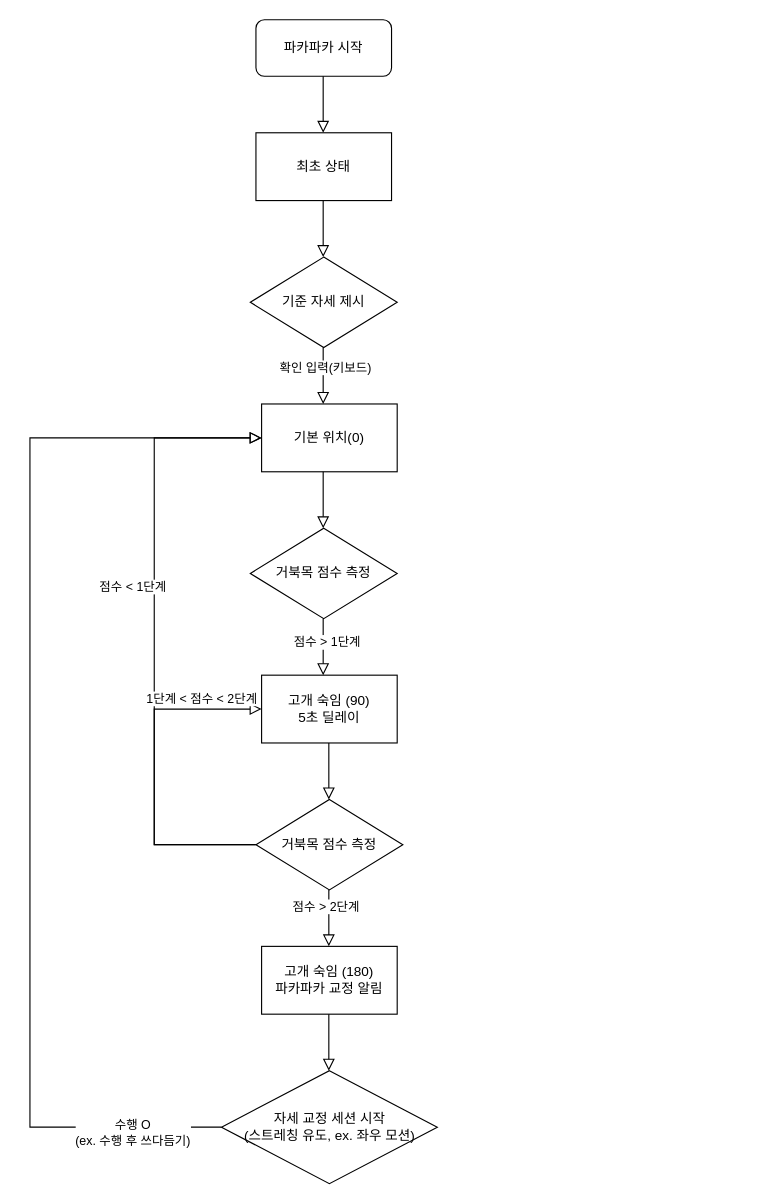
The draw.io diagram Sequence/PakaPaka_seq2.drawio in igeon510/HRI-project, before the edit. Source tidied: cells renumbered, new cells numbered last; positions are measured from the earlier drawing's top-left corner, leaving out a move shared by most shapes. Both pictures are drawn from the tidied source at 113%, with x=0, y=0 at pixel (29, 19).
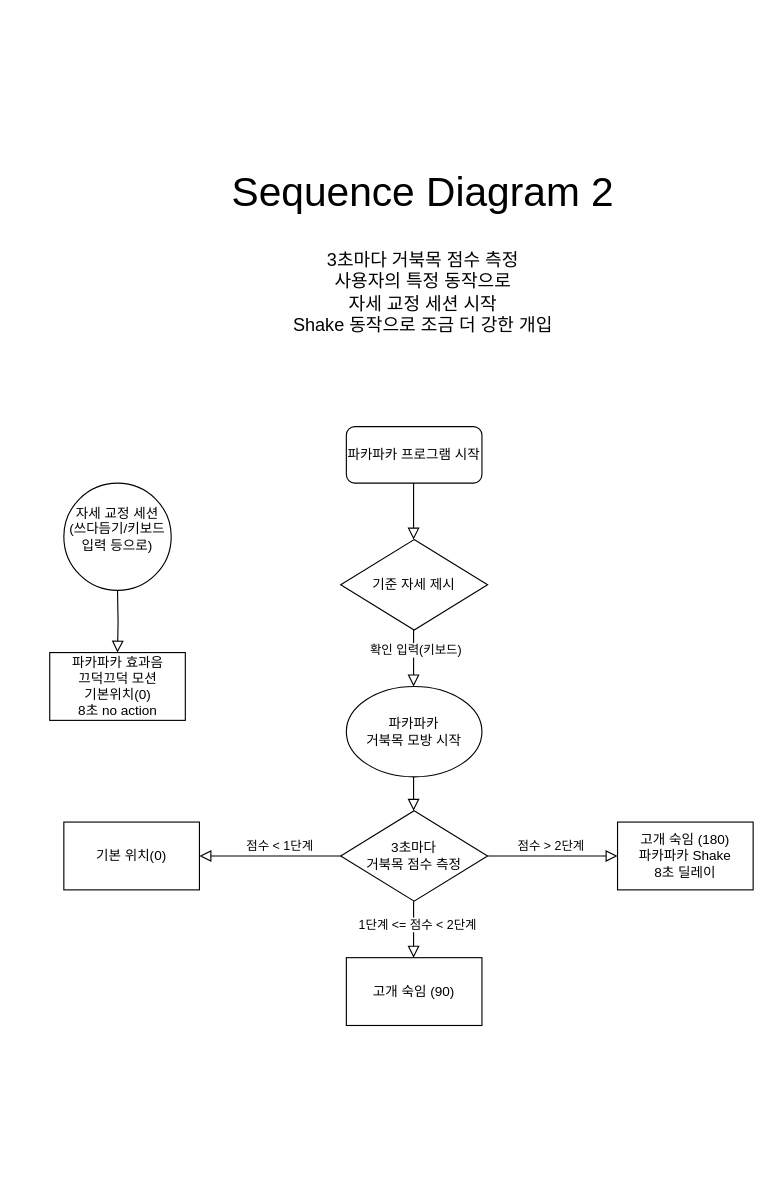
After the change.

Diff of the diagram source:
```diff
@@
-    <mxCell id="2" value="파카파카 시작" style="rounded=1;whiteSpace=wrap;html=1;" parent="1" vertex="1">
-      <mxGeometry x="200" width="120" height="50" as="geometry" />
+    <mxCell id="2" value="파카파카 프로그램 시작" style="rounded=1;whiteSpace=wrap;html=1;" parent="1" vertex="1">
+      <mxGeometry x="280" y="360" width="120" height="50" as="geometry" />
     </mxCell>
-    <mxCell id="3" style="rounded=0;html=1;jettySize=auto;orthogonalLoop=1;fontSize=11;endArrow=block;endFill=0;endSize=8;strokeWidth=1;shadow=0;labelBackgroundColor=none;edgeStyle=orthogonalEdgeStyle;" parent="1" edge="1">
-      <mxGeometry relative="1" as="geometry">
-        <mxPoint x="260" y="50" as="sourcePoint" />
-        <mxPoint x="259.5" y="100" as="targetPoint" />
-        <Array as="points">
-          <mxPoint x="259.5" y="100" />
-          <mxPoint x="259.5" y="100" />
-        </Array>
-      </mxGeometry>
-    </mxCell>
     <mxCell id="4" value="기준 자세 제시" style="rhombus;whiteSpace=wrap;html=1;" parent="1" vertex="1">
-      <mxGeometry x="195" y="210" width="130" height="80" as="geometry" />
+      <mxGeometry x="275" y="460" width="130" height="80" as="geometry" />
     </mxCell>
-    <mxCell id="5" value="최초 상태" style="rounded=0;whiteSpace=wrap;html=1;" parent="1" vertex="1">
-      <mxGeometry x="200" y="100" width="120" height="60" as="geometry" />
-    </mxCell>
-    <mxCell id="6" value="고개 숙임 (90)&lt;div&gt;&lt;div&gt;5초 딜레이&lt;/div&gt;&lt;/div&gt;" style="rounded=0;whiteSpace=wrap;html=1;" parent="1" vertex="1">
-      <mxGeometry x="205" y="580" width="120" height="60" as="geometry" />
+    <mxCell id="6" value="고개 숙임 (90)" style="rounded=0;whiteSpace=wrap;html=1;" parent="1" vertex="1">
+      <mxGeometry x="280" y="830" width="120" height="60" as="geometry" />
     </mxCell>
-    <mxCell id="7" value="고개 숙임 (180)&lt;div&gt;파카파카 교정 알림&lt;/div&gt;" style="rounded=0;whiteSpace=wrap;html=1;" parent="1" vertex="1">
-      <mxGeometry x="205" y="820" width="120" height="60" as="geometry" />
+    <mxCell id="7" value="고개 숙임 (180)&lt;div&gt;파카파카 Shake&lt;/div&gt;&lt;div&gt;8초 딜레이&lt;/div&gt;" style="rounded=0;whiteSpace=wrap;html=1;" parent="1" vertex="1">
+      <mxGeometry x="520" y="710" width="120" height="60" as="geometry" />
     </mxCell>
-    <mxCell id="8" value="자세 교정 세션 시작&lt;div&gt;(스트레칭 유도, ex. 좌우 모션)&lt;/div&gt;" style="rhombus;whiteSpace=wrap;html=1;" parent="1" vertex="1">
-      <mxGeometry x="169.5" y="930" width="191" height="100" as="geometry" />
-    </mxCell>
     <mxCell id="9" style="rounded=0;html=1;jettySize=auto;orthogonalLoop=1;fontSize=11;endArrow=block;endFill=0;endSize=8;strokeWidth=1;shadow=0;labelBackgroundColor=none;edgeStyle=orthogonalEdgeStyle;" parent="1" edge="1">
       <mxGeometry relative="1" as="geometry">
-        <mxPoint x="260" y="160" as="sourcePoint" />
-        <mxPoint x="259.5" y="210" as="targetPoint" />
+        <mxPoint x="340" y="410" as="sourcePoint" />
+        <mxPoint x="339.5" y="460" as="targetPoint" />
         <Array as="points">
-          <mxPoint x="259.5" y="210" />
-          <mxPoint x="259.5" y="210" />
+          <mxPoint x="339.5" y="460" />
+          <mxPoint x="339.5" y="460" />
         </Array>
       </mxGeometry>
     </mxCell>
     <mxCell id="10" style="rounded=0;html=1;jettySize=auto;orthogonalLoop=1;fontSize=11;endArrow=block;endFill=0;endSize=8;strokeWidth=1;shadow=0;labelBackgroundColor=none;edgeStyle=orthogonalEdgeStyle;" parent="1" edge="1">
       <mxGeometry relative="1" as="geometry">
-        <mxPoint x="260" y="290" as="sourcePoint" />
-        <mxPoint x="259.5" y="340" as="targetPoint" />
+        <mxPoint x="340" y="540" as="sourcePoint" />
+        <mxPoint x="339.5" y="590" as="targetPoint" />
         <Array as="points">
-          <mxPoint x="259.5" y="340" />
-          <mxPoint x="259.5" y="340" />
+          <mxPoint x="339.5" y="590" />
+          <mxPoint x="339.5" y="590" />
         </Array>
       </mxGeometry>
     </mxCell>
@@
     <mxCell id="12" value="기본 위치(0)" style="rounded=0;whiteSpace=wrap;html=1;" parent="1" vertex="1">
-      <mxGeometry x="205" y="340" width="120" height="60" as="geometry" />
+      <mxGeometry x="30" y="710" width="120" height="60" as="geometry" />
     </mxCell>
-    <mxCell id="13" value="거북목 점수 측정" style="rhombus;whiteSpace=wrap;html=1;" parent="1" vertex="1">
-      <mxGeometry x="195" y="450" width="130" height="80" as="geometry" />
+    <mxCell id="13" value="3초마다&lt;div&gt;거북목 점수 측정&lt;/div&gt;" style="rhombus;whiteSpace=wrap;html=1;" parent="1" vertex="1">
+      <mxGeometry x="275" y="700" width="130" height="80" as="geometry" />
     </mxCell>
     <mxCell id="14" style="rounded=0;html=1;jettySize=auto;orthogonalLoop=1;fontSize=11;endArrow=block;endFill=0;endSize=8;strokeWidth=1;shadow=0;labelBackgroundColor=none;edgeStyle=orthogonalEdgeStyle;" parent="1" edge="1">
       <mxGeometry relative="1" as="geometry">
-        <mxPoint x="260" y="400" as="sourcePoint" />
-        <mxPoint x="259.5" y="450" as="targetPoint" />
+        <mxPoint x="340" y="650" as="sourcePoint" />
+        <mxPoint x="339.5" y="700" as="targetPoint" />
         <Array as="points">
-          <mxPoint x="259.5" y="450" />
-          <mxPoint x="259.5" y="450" />
+          <mxPoint x="339.5" y="700" />
+          <mxPoint x="339.5" y="700" />
         </Array>
       </mxGeometry>
     </mxCell>
     <mxCell id="15" style="rounded=0;html=1;jettySize=auto;orthogonalLoop=1;fontSize=11;endArrow=block;endFill=0;endSize=8;strokeWidth=1;shadow=0;labelBackgroundColor=none;edgeStyle=orthogonalEdgeStyle;" parent="1" edge="1">
       <mxGeometry relative="1" as="geometry">
-        <mxPoint x="260" y="530" as="sourcePoint" />
-        <mxPoint x="259.5" y="580" as="targetPoint" />
+        <mxPoint x="340" y="780" as="sourcePoint" />
+        <mxPoint x="339.5" y="830" as="targetPoint" />
         <Array as="points">
-          <mxPoint x="259.5" y="580" />
-          <mxPoint x="259.5" y="580" />
+          <mxPoint x="339.5" y="830" />
+          <mxPoint x="339.5" y="830" />
         </Array>
       </mxGeometry>
     </mxCell>
-    <mxCell id="16" value="점수 &amp;gt; 1단계" style="edgeLabel;html=1;align=center;verticalAlign=middle;" parent="15" vertex="1">
+    <mxCell id="16" value="1단계 &amp;lt;= 점수 &amp;lt; 2단계" style="edgeLabel;html=1;align=center;verticalAlign=middle;" parent="15" vertex="1">
       <mxGeometry x="-0.2" y="3" relative="1" as="geometry" />
     </mxCell>
-    <mxCell id="17" value="거북목 점수 측정" style="rhombus;whiteSpace=wrap;html=1;" parent="1" vertex="1">
-      <mxGeometry x="200" y="690" width="130" height="80" as="geometry" />
-    </mxCell>
-    <mxCell id="18" style="rounded=0;html=1;jettySize=auto;orthogonalLoop=1;fontSize=11;endArrow=block;endFill=0;endSize=8;strokeWidth=1;shadow=0;labelBackgroundColor=none;edgeStyle=orthogonalEdgeStyle;" parent="1" edge="1">
-      <mxGeometry relative="1" as="geometry">
-        <mxPoint x="265" y="640" as="sourcePoint" />
-        <mxPoint x="264.5" y="690" as="targetPoint" />
-        <Array as="points">
-          <mxPoint x="264.5" y="690" />
-          <mxPoint x="264.5" y="690" />
-        </Array>
-      </mxGeometry>
-    </mxCell>
-    <mxCell id="19" style="rounded=0;html=1;jettySize=auto;fontSize=11;endArrow=block;endFill=0;endSize=8;strokeWidth=1;shadow=0;labelBackgroundColor=none;edgeStyle=orthogonalEdgeStyle;entryX=0;entryY=0.5;entryDx=0;entryDy=0;" parent="1" edge="1" target="12">
+    <mxCell id="19" style="rounded=0;html=1;jettySize=auto;fontSize=11;endArrow=block;endFill=0;endSize=8;strokeWidth=1;shadow=0;labelBackgroundColor=none;edgeStyle=orthogonalEdgeStyle;entryX=1;entryY=0.5;entryDx=0;entryDy=0;exitX=0;exitY=0.5;exitDx=0;exitDy=0;" parent="1" edge="1" source="13" target="12">
       <mxGeometry relative="1" as="geometry">
-        <mxPoint x="199.5" y="730" as="sourcePoint" />
         <Array as="points">
-          <mxPoint x="110" y="730" />
-          <mxPoint x="110" y="370" />
+          <mxPoint x="170" y="740" />
+          <mxPoint x="170" y="740" />
         </Array>
       </mxGeometry>
     </mxCell>
     <mxCell id="20" value="점수 &amp;lt; 1단계" style="edgeLabel;html=1;align=center;verticalAlign=middle;" parent="19" vertex="1">
       <mxGeometry x="-0.01" y="-5" relative="1" as="geometry">
-        <mxPoint x="-25" y="-48" as="offset" />
+        <mxPoint x="7" y="-5" as="offset" />
       </mxGeometry>
     </mxCell>
-    <mxCell id="21" style="rounded=0;html=1;jettySize=auto;fontSize=11;endArrow=block;endFill=0;endSize=8;strokeWidth=1;shadow=0;labelBackgroundColor=none;edgeStyle=orthogonalEdgeStyle;entryX=0;entryY=0.5;entryDx=0;entryDy=0;" parent="1" edge="1" target="6">
-      <mxGeometry relative="1" as="geometry">
-        <mxPoint x="200" y="730" as="sourcePoint" />
-        <Array as="points">
-          <mxPoint x="110" y="730" />
-          <mxPoint x="110" y="610" />
-        </Array>
-      </mxGeometry>
-    </mxCell>
-    <mxCell id="22" value="1단계 &amp;lt; 점수 &amp;lt; 2단계" style="edgeLabel;html=1;align=center;verticalAlign=middle;" parent="21" vertex="1">
-      <mxGeometry x="0.65" y="-2" relative="1" as="geometry">
-        <mxPoint x="-1" y="-12" as="offset" />
-      </mxGeometry>
-    </mxCell>
-    <mxCell id="23" style="rounded=0;html=1;jettySize=auto;orthogonalLoop=1;fontSize=11;endArrow=block;endFill=0;endSize=8;strokeWidth=1;shadow=0;labelBackgroundColor=none;edgeStyle=orthogonalEdgeStyle;" parent="1" edge="1">
+    <mxCell id="23" style="rounded=0;html=1;jettySize=auto;fontSize=11;endArrow=block;endFill=0;endSize=8;strokeWidth=1;shadow=0;labelBackgroundColor=none;edgeStyle=orthogonalEdgeStyle;entryX=0;entryY=0.5;entryDx=0;entryDy=0;exitX=1;exitY=0.5;exitDx=0;exitDy=0;" parent="1" edge="1" source="13">
       <mxGeometry relative="1" as="geometry">
-        <mxPoint x="265" y="770" as="sourcePoint" />
-        <mxPoint x="264.5" y="820" as="targetPoint" />
+        <mxPoint x="520" y="740" as="targetPoint" />
         <Array as="points">
-          <mxPoint x="264.5" y="820" />
-          <mxPoint x="264.5" y="820" />
+          <mxPoint x="500" y="740" />
+          <mxPoint x="500" y="740" />
         </Array>
       </mxGeometry>
     </mxCell>
     <mxCell id="24" value="점수 &amp;gt; 2단계" style="edgeLabel;html=1;align=center;verticalAlign=middle;" parent="23" vertex="1">
-      <mxGeometry x="-0.44" y="-3" relative="1" as="geometry" />
+      <mxGeometry x="-0.44" y="-3" relative="1" as="geometry">
+        <mxPoint x="23" y="-13" as="offset" />
+      </mxGeometry>
     </mxCell>
-    <mxCell id="25" style="rounded=0;html=1;jettySize=auto;orthogonalLoop=1;fontSize=11;endArrow=block;endFill=0;endSize=8;strokeWidth=1;shadow=0;labelBackgroundColor=none;edgeStyle=orthogonalEdgeStyle;" parent="1" edge="1">
-      <mxGeometry relative="1" as="geometry">
-        <mxPoint x="265" y="880" as="sourcePoint" />
-        <mxPoint x="264.5" y="930" as="targetPoint" />
-        <Array as="points">
-          <mxPoint x="264.5" y="930" />
-          <mxPoint x="264.5" y="930" />
-        </Array>
-      </mxGeometry>
-    </mxCell>
-    <mxCell id="26" style="rounded=0;html=1;jettySize=auto;fontSize=11;endArrow=block;endFill=0;endSize=8;strokeWidth=1;shadow=0;labelBackgroundColor=none;edgeStyle=orthogonalEdgeStyle;exitX=0;exitY=0.5;exitDx=0;exitDy=0;entryX=0;entryY=0.5;entryDx=0;entryDy=0;" parent="1" edge="1" source="8" target="12">
-      <mxGeometry relative="1" as="geometry">
-        <Array as="points">
-          <mxPoint y="980" />
-          <mxPoint y="370" />
-        </Array>
-      </mxGeometry>
-    </mxCell>
-    <mxCell id="27" value="수행 O&lt;div&gt;(ex. 수행 후 쓰다듬기)&lt;/div&gt;" style="edgeLabel;html=1;align=center;verticalAlign=middle;" parent="26" vertex="1">
-      <mxGeometry x="-0.84" y="4" relative="1" as="geometry" />
-    </mxCell>
+    <mxCell id="28" value="&lt;div&gt;&lt;font style=&quot;font-size: 36px;&quot;&gt;Sequence Diagram 2&lt;/font&gt;&lt;/div&gt;&lt;div&gt;&lt;font style=&quot;font-size: 24px;&quot;&gt;&lt;br&gt;&lt;/font&gt;&lt;/div&gt;&lt;font size=&quot;3&quot;&gt;3초마다 거북목 점수 측정&lt;/font&gt;&lt;div&gt;&lt;font size=&quot;3&quot;&gt;&amp;nbsp;사용자의 특정 동작으로&amp;nbsp;&lt;/font&gt;&lt;/div&gt;&lt;div&gt;&lt;font size=&quot;3&quot;&gt;자세 교정 세션 시작&lt;/font&gt;&lt;/div&gt;&lt;div&gt;&lt;font size=&quot;3&quot;&gt;Shake 동작으로 조금 더 강한 개입&lt;/font&gt;&lt;/div&gt;" style="text;html=1;align=center;verticalAlign=middle;whiteSpace=wrap;rounded=0;" parent="1" vertex="1">
+      <mxGeometry x="90" y="100" width="516" height="210" as="geometry" />
+    </mxCell>
+    <mxCell id="29" value="파카파카&lt;div&gt;거북목 모방 시작&lt;/div&gt;" style="ellipse;whiteSpace=wrap;html=1;" parent="1" vertex="1">
+      <mxGeometry x="280" y="590" width="120" height="80" as="geometry" />
+    </mxCell>
+    <mxCell id="30" value="자세 교정 세션&lt;div&gt;(쓰다듬기/키보드 입력 등으로)&lt;/div&gt;&lt;div&gt;&lt;br&gt;&lt;/div&gt;" style="ellipse;whiteSpace=wrap;html=1;" parent="1" vertex="1">
+      <mxGeometry x="30" y="410" width="95" height="95" as="geometry" />
+    </mxCell>
+    <mxCell id="31" style="rounded=0;html=1;jettySize=auto;fontSize=11;endArrow=block;endFill=0;endSize=8;strokeWidth=1;shadow=0;labelBackgroundColor=none;edgeStyle=orthogonalEdgeStyle;entryX=0.5;entryY=0;entryDx=0;entryDy=0;" parent="1" edge="1" target="32">
+      <mxGeometry relative="1" as="geometry">
+        <mxPoint x="77.5" y="505" as="sourcePoint" />
+      </mxGeometry>
+    </mxCell>
+    <mxCell id="32" value="파카파카 효과음&lt;div&gt;끄덕끄덕 모션&lt;/div&gt;&lt;div&gt;기본위치(0)&lt;/div&gt;&lt;div&gt;8초 no action&lt;/div&gt;" style="rounded=0;whiteSpace=wrap;html=1;" parent="1" vertex="1">
+      <mxGeometry x="17.5" y="560" width="120" height="60" as="geometry" />
+    </mxCell>
```
